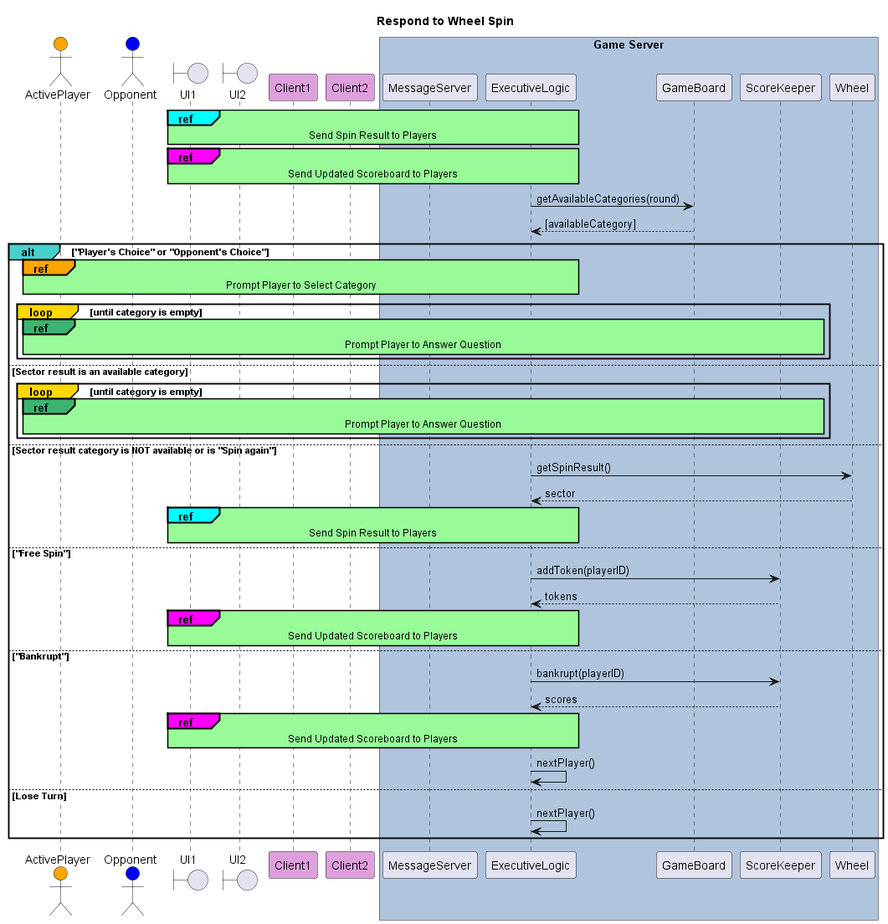
The PlantUML diagram out/diagrams/seq-diagram-respond-to-wheel-spin/Respond to Wheel Spin.png in poszy/def_spinit_project, before a commit. Source of this version:
```plantuml
@startuml Respond to Wheel Spin
title Respond to Wheel Spin

skinparam sequenceReferenceBackgroundColor palegreen
skinparam sequenceReferenceHeaderBackgroundColor  mediumseagreen


actor ActivePlayer as Player1 #Orange
actor Opponent as Player2 #blue

boundary    UI1
boundary    UI2

participant Client1 #Plum
participant Client2 #Plum

box "Game Server" #LightSteelBlue
participant MessageServer as Server
participant ExecutiveLogic
participant GameBoard
participant ScoreKeeper
participant Wheel
end box


ref#Cyan over UI1, ExecutiveLogic
        Send Spin Result to Players
end ref

ref#Magenta over UI1, ExecutiveLogic
        Send Updated Scoreboard to Players
end ref

ExecutiveLogic -> GameBoard : getAvailableCategories(round)
ExecutiveLogic <-- GameBoard : [availableCategory]

alt#MediumTurquoise "Player's Choice" or "Opponent's Choice"

    ref#Orange over Player1, ExecutiveLogic
        Prompt Player to Select Category
    end ref

    loop#Gold until category is empty
            ref over Player1, ScoreKeeper
            Prompt Player to Answer Question
        end ref
    end

else Sector result is an available category
    loop#Gold until category is empty
        ref over Player1, ScoreKeeper
            Prompt Player to Answer Question
        end ref
    end

else Sector result category is NOT available or is "Spin again"
    ExecutiveLogic -> Wheel: getSpinResult()
    ExecutiveLogic <-- Wheel : sector

    ref#Cyan over UI1, ExecutiveLogic
            Send Spin Result to Players
    end ref

else "Free Spin"
    ExecutiveLogic -> ScoreKeeper: addToken(playerID)
    ExecutiveLogic <-- ScoreKeeper: tokens
    ref#Magenta over UI1, ExecutiveLogic
        Send Updated Scoreboard to Players
    end ref



else "Bankrupt"
    ExecutiveLogic -> ScoreKeeper: bankrupt(playerID)
    ExecutiveLogic <-- ScoreKeeper: scores

    ref#Magenta over UI1, ExecutiveLogic
        Send Updated Scoreboard to Players
    end ref

    ExecutiveLogic -> ExecutiveLogic: nextPlayer()
else Lose Turn
    ExecutiveLogic -> ExecutiveLogic: nextPlayer()
end


@enduml
```
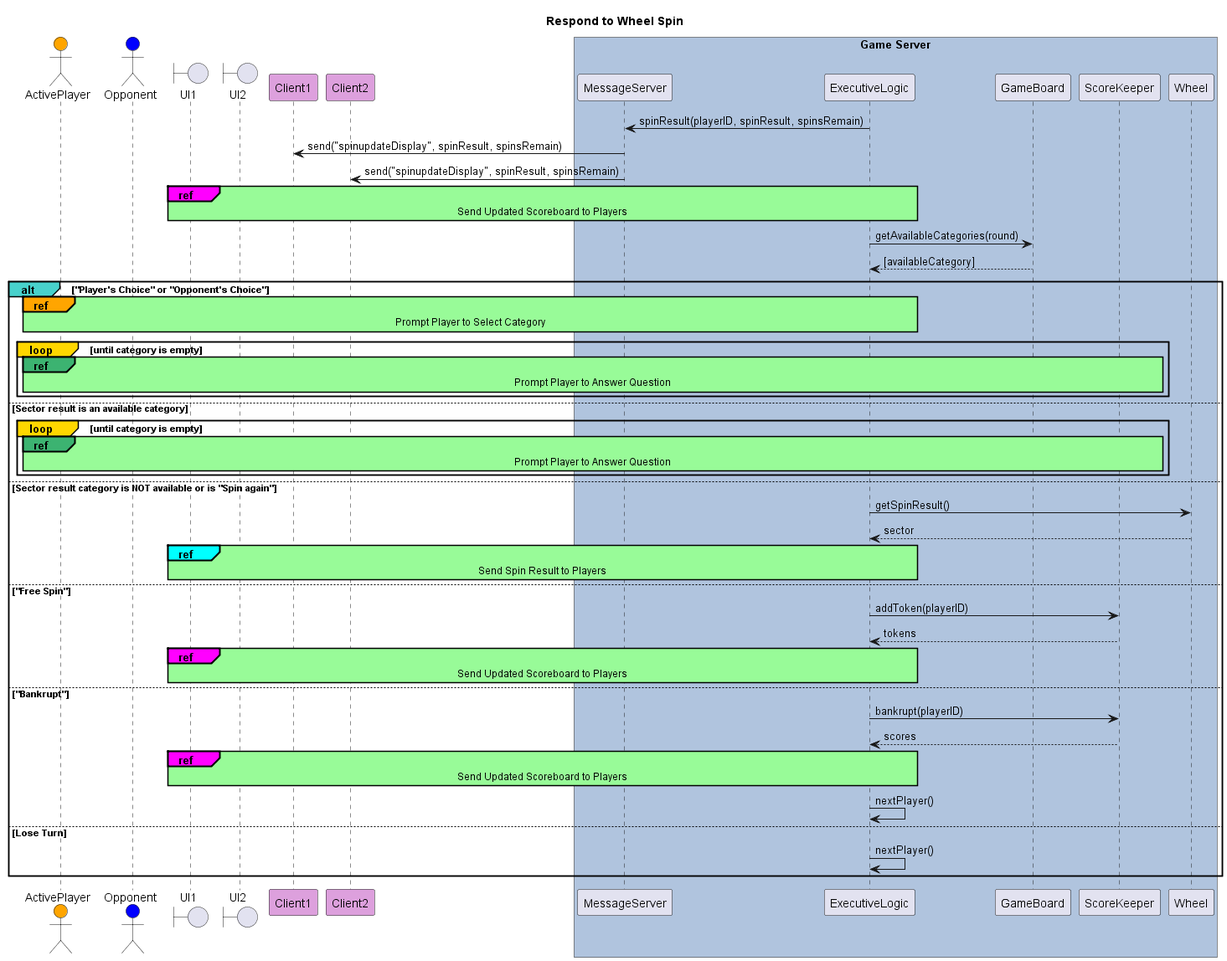
After the change.

Change to the diagram source:
```diff
@@ -22,11 +22,9 @@
 participant Wheel
 end box
 
-
-ref#Cyan over UI1, ExecutiveLogic
-        Send Spin Result to Players
-end ref
-
+Server <- ExecutiveLogic: spinResult(playerID, spinResult, spinsRemain)
+Client1 <- Server: send("spinupdateDisplay", spinResult, spinsRemain)
+Client2 <- Server: send("spinupdateDisplay", spinResult, spinsRemain)
 ref#Magenta over UI1, ExecutiveLogic
         Send Updated Scoreboard to Players
 end ref
```
